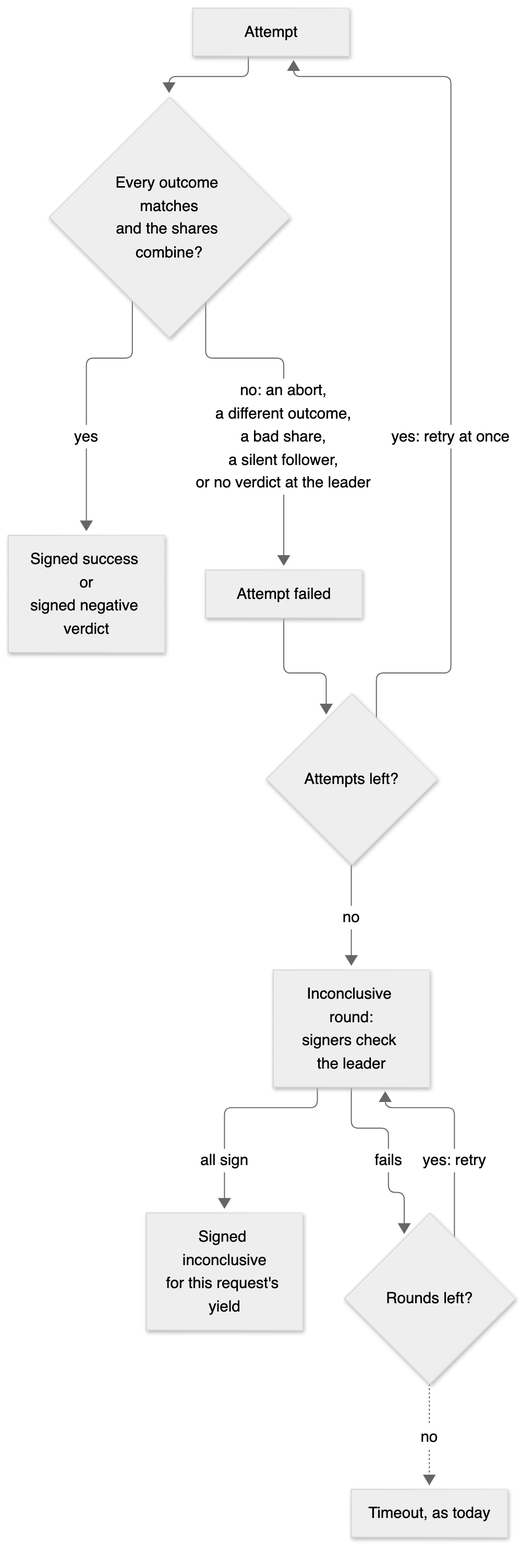
Before: docs/design/signed-foreign-transaction-outcomes/attachments/attempts.png, a diagram exported from Mermaid (near/mpc). Its source is kept beside it as docs/design/signed-foreign-transaction-outcomes/attachments/attempts.mmd.
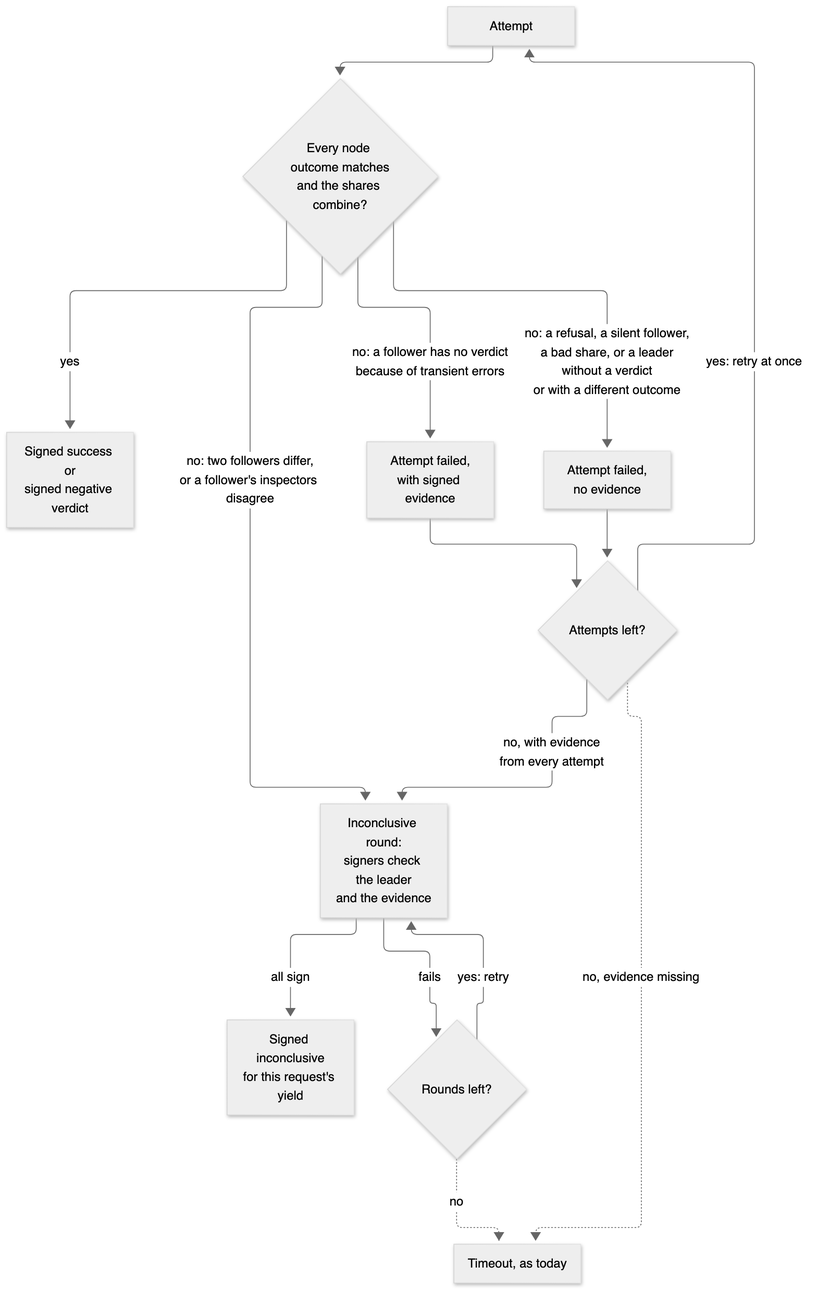
The same diagram one commit later.

Commit message:
docs: work the first review round into the signed outcomes design

What changed in the source:
```diff
@@ -1,11 +1,15 @@
 flowchart TD
-    A["Attempt"] --> Q{"Every outcome matches<br/>and the shares combine?"}
+    A["Attempt"] --> Q{"Every node outcome matches<br/>and the shares combine?"}
     Q -->|"yes"| S["Signed success or<br/>signed negative verdict"]
-    Q -->|"no: an abort,<br/>a different outcome,<br/>a bad share,<br/>a silent follower,<br/>or no verdict at the leader"| N["Attempt failed"]
+    Q -->|"no: two followers differ,<br/>or a follower's inspectors disagree"| I
+    Q -->|"no: a follower has no verdict<br/>because of transient errors"| N["Attempt failed,<br/>with signed evidence"]
+    Q -->|"no: a refusal, a silent follower,<br/>a bad share, or a leader<br/>without a verdict<br/>or with a different outcome"| U["Attempt failed,<br/>no evidence"]
     N --> B{"Attempts left?"}
+    U --> B
     B -->|"yes: retry at once"| A
-    B -->|"no"| I["Inconclusive round:<br/>signers check the leader"]
+    B -->|"no, with evidence<br/>from every attempt"| I["Inconclusive round:<br/>signers check the leader<br/>and the evidence"]
+    B -.->|"no, evidence missing"| T["Timeout, as today"]
     I -->|"all sign"| IS["Signed inconclusive<br/>for this request's yield"]
     I -->|"fails"| R{"Rounds left?"}
     R -->|"yes: retry"| I
-    R -.->|"no"| T["Timeout, as today"]
+    R -.->|"no"| T
```
